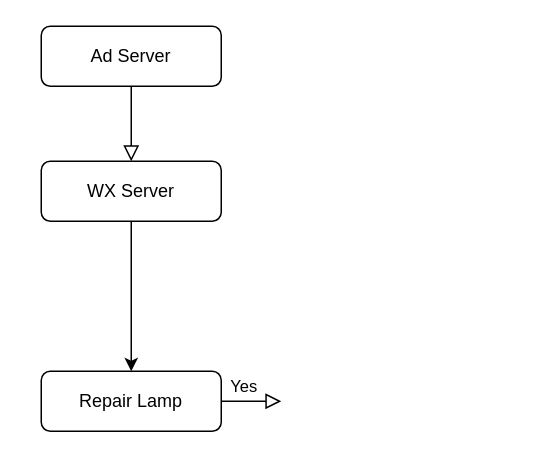
Above: DiDaPic/Untitled Diagram.drawio in wadesheng/MarkdownPhotos (draw.io), before the change. Source tidied: cells renumbered, new cells numbered last; positions are measured from the earlier drawing's top-left corner, leaving out a move shared by most shapes. Both pictures are drawn from the tidied source at 150%, with x=0, y=0 at pixel (40, 26).
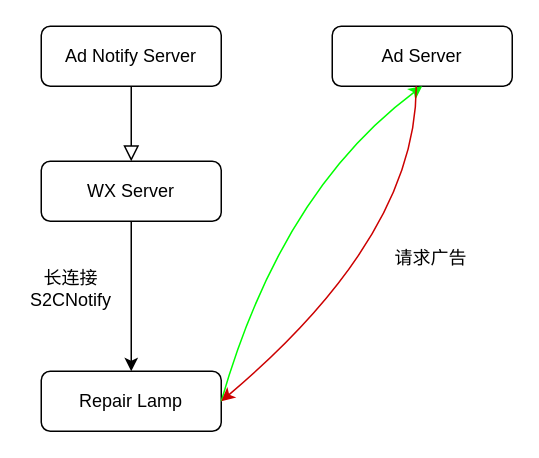
The same diagram, later.

Change to the diagram source:
```diff
@@
 <mxGraphModel>
   <root>
     <mxCell id="0" />
     <mxCell id="1" parent="0" />
     <mxCell id="2" style="rounded=0;html=1;jettySize=auto;fontSize=11;endArrow=block;endFill=0;endSize=8;strokeWidth=1;shadow=0;labelBackgroundColor=none;edgeStyle=orthogonalEdgeStyle;" parent="1" edge="1" source="3">
       <mxGeometry relative="1" as="geometry">
         <mxPoint x="60" y="90" as="targetPoint" />
       </mxGeometry>
     </mxCell>
-    <mxCell id="3" value="Ad Server" style="rounded=1;whiteSpace=wrap;html=1;fontSize=12;glass=0;strokeWidth=1;shadow=0;" parent="1" vertex="1">
+    <mxCell id="3" value="Ad Notify Server" style="rounded=1;whiteSpace=wrap;html=1;fontSize=12;glass=0;strokeWidth=1;shadow=0;" parent="1" vertex="1">
       <mxGeometry width="120" height="40" as="geometry" />
     </mxCell>
-    <mxCell id="4" value="Yes" style="edgeStyle=orthogonalEdgeStyle;rounded=0;html=1;jettySize=auto;orthogonalLoop=1;fontSize=11;endArrow=block;endFill=0;endSize=8;strokeWidth=1;shadow=0;labelBackgroundColor=none;" parent="1" edge="1">
-      <mxGeometry y="10" relative="1" as="geometry">
-        <mxPoint x="110" y="250" as="sourcePoint" />
-        <mxPoint x="160" y="250" as="targetPoint" />
-      </mxGeometry>
-    </mxCell>
     <mxCell id="5" value="Repair Lamp" style="rounded=1;whiteSpace=wrap;html=1;fontSize=12;glass=0;strokeWidth=1;shadow=0;" parent="1" vertex="1">
       <mxGeometry y="230" width="120" height="40" as="geometry" />
     </mxCell>
     <mxCell id="6" style="edgeStyle=orthogonalEdgeStyle;rounded=0;jettySize=auto;html=1;exitX=0.5;exitY=1;exitDx=0;exitDy=0;entryX=0.5;entryY=0;entryDx=0;entryDy=0;" parent="1" edge="1" source="7" target="5">
       <mxGeometry relative="1" as="geometry" />
     </mxCell>
     <mxCell id="7" value="WX Server" style="rounded=1;whiteSpace=wrap;html=1;fontSize=12;glass=0;strokeWidth=1;shadow=0;" parent="1" vertex="1">
       <mxGeometry y="90" width="120" height="40" as="geometry" />
     </mxCell>
+    <mxCell id="8" value="长连接 S2CNotify" style="text;html=1;strokeColor=none;fillColor=none;align=center;verticalAlign=middle;whiteSpace=wrap;rounded=0;" parent="1" vertex="1">
+      <mxGeometry x="-10" y="160" width="60" height="30" as="geometry" />
+    </mxCell>
+    <mxCell id="9" value="Ad Server" style="rounded=1;whiteSpace=wrap;html=1;fontSize=12;glass=0;strokeWidth=1;shadow=0;" parent="1" vertex="1">
+      <mxGeometry x="194" width="120" height="40" as="geometry" />
+    </mxCell>
+    <mxCell id="10" style="curved=1;endArrow=classic;html=1;rounded=0;entryX=0.5;entryY=1;entryDx=0;entryDy=0;strokeColor=#00FF00;" parent="1" edge="1" target="9">
+      <mxGeometry relative="1" as="geometry">
+        <mxPoint x="120" y="250" as="sourcePoint" />
+        <Array as="points">
+          <mxPoint x="160" y="110" />
+        </Array>
+      </mxGeometry>
+    </mxCell>
+    <mxCell id="11" style="curved=1;endArrow=classic;html=1;rounded=0;entryX=1;entryY=0.5;entryDx=0;entryDy=0;strokeColor=#CC0000;" parent="1" edge="1" target="5">
+      <mxGeometry relative="1" as="geometry">
+        <mxPoint x="250" y="40" as="sourcePoint" />
+        <Array as="points">
+          <mxPoint x="250" y="140" />
+        </Array>
+      </mxGeometry>
+    </mxCell>
+    <mxCell id="12" value="请求广告" style="text;html=1;strokeColor=none;fillColor=none;align=center;verticalAlign=middle;whiteSpace=wrap;rounded=0;" parent="1" vertex="1">
+      <mxGeometry x="230" y="140" width="60" height="30" as="geometry" />
+    </mxCell>
   </root>
 </mxGraphModel>
```
